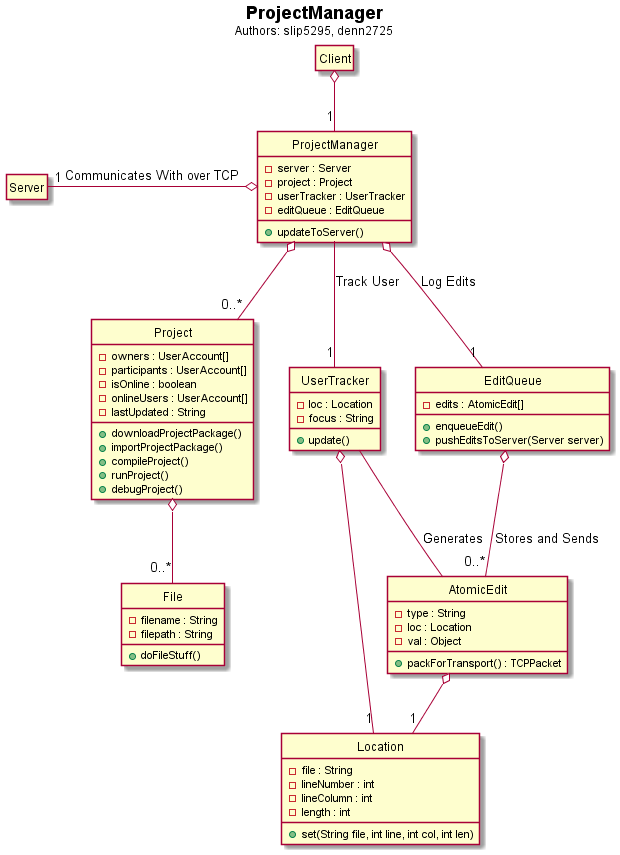
The PlantUML diagram hw3/Client/client_project.png in voxelv/sQuire_kw, before a commit.
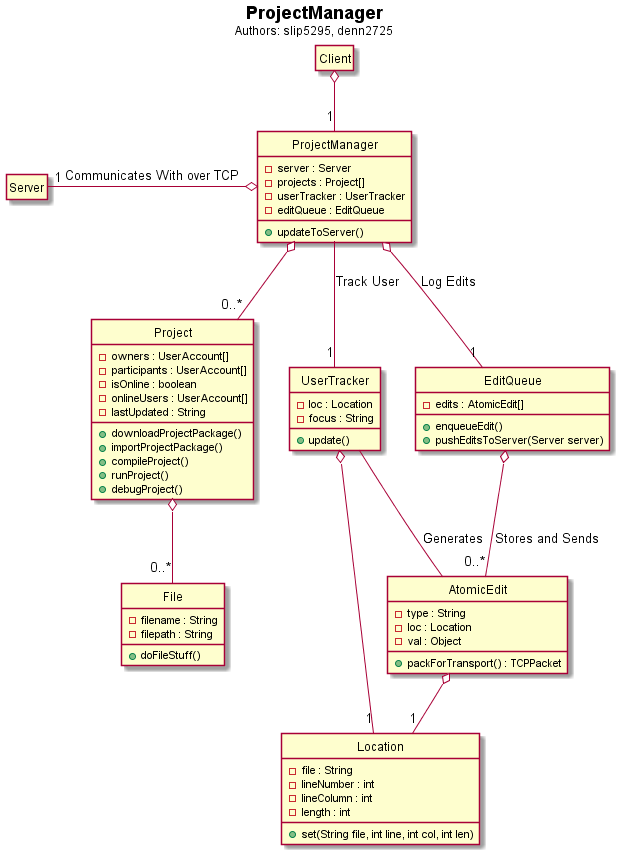
After the commit.

Commit message:
changed project in ProjectManager in client_project.pu to an array of Project

The edit, as a diff of the source:
```diff
@@ -8,7 +8,7 @@
 
 class "ProjectManager" as sq_projmgr {
     -server : Server
-    -project : Project
+    -projects : Project[]
     -userTracker : UserTracker
     -editQueue : EditQueue
     +updateToServer()
```
